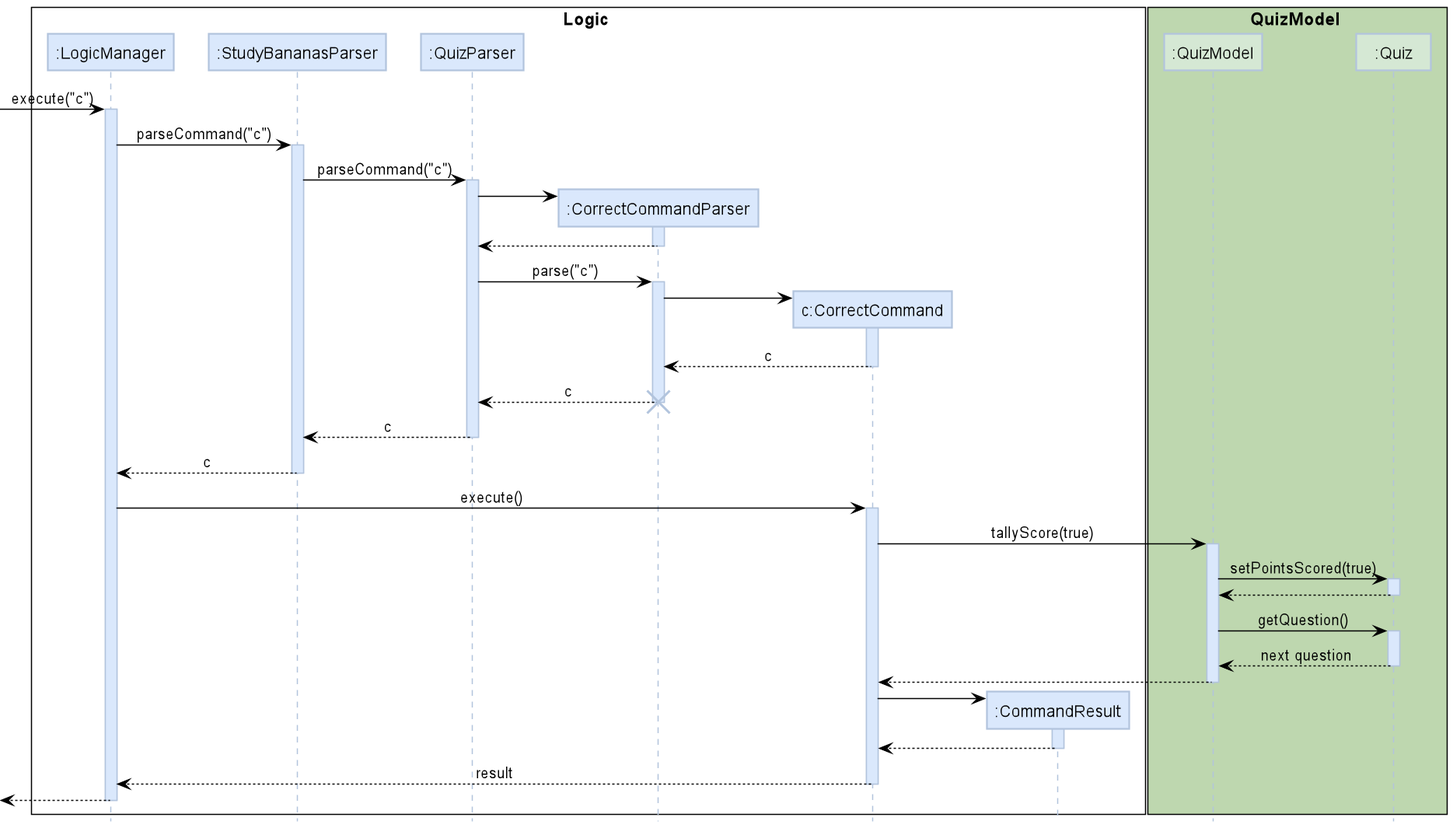
Above: docs/images/CorrectCommandSequenceDiagram.png in petrickjerico/tp (PlantUML), before the change.
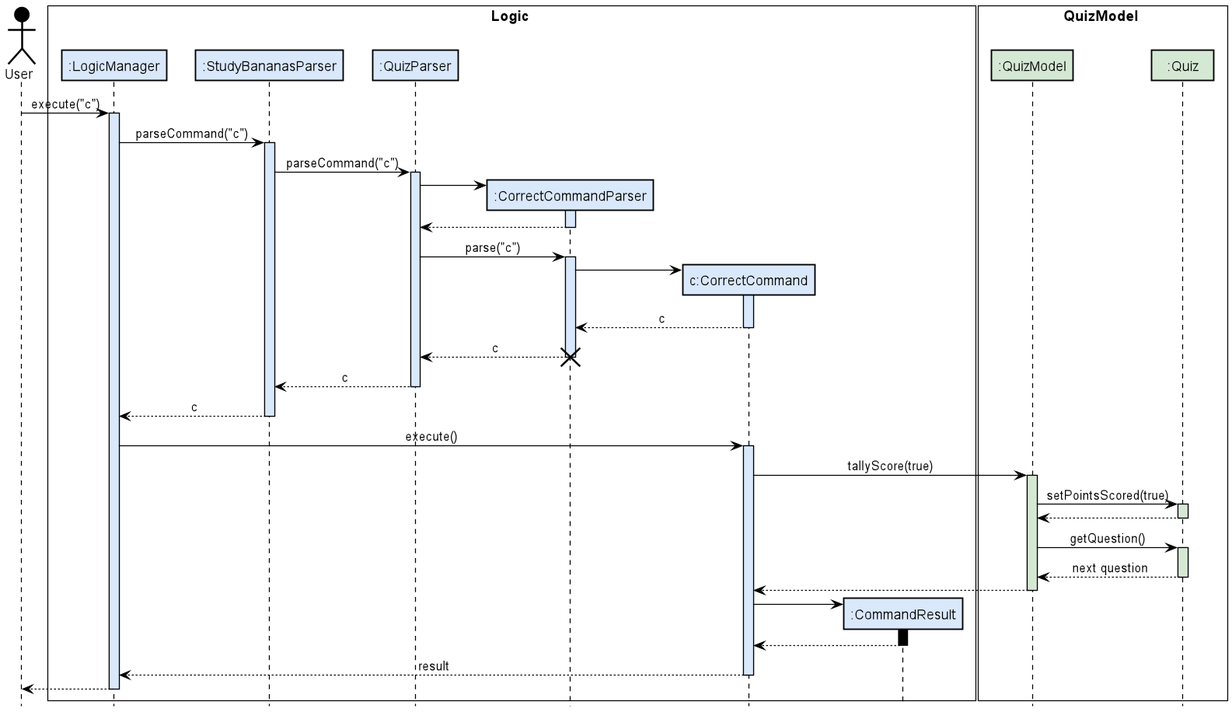
The same file after the commit.

Change to the diagram source:
```diff
@@ -1,14 +1,17 @@
 @startuml
 !include style.puml
 
-skinparam participantBorderColor LOGIC_COLOR_T1
 skinparam sequence {
+participantBorderColor #000000
 ArrowColor #000000
-ActorBorderColor LOGIC_COLOR_T1
-LifeLineBorderColor LOGIC_COLOR_T1
-LifeLineBackgroundColor LOGIC_COLOR
+ActorBorderColor #000000
+LifeLineBorderColor #000000
+LifeLineBackgroundColor #000000
 }
+
 skinparam sequenceBoxBorderColor #black
+
+Actor User as user USER_COLOR
 
 box Logic #FFFFFF
 participant ":LogicManager" as LogicManager LOGIC_COLOR
@@ -19,33 +22,33 @@
 participant ":CommandResult" as CommandResult LOGIC_COLOR
 end box
 
-box QuizModel MODEL_COLOR_T1
+box QuizModel #FFFFFF
 participant ":QuizModel" as QuizModel MODEL_COLOR
 participant ":Quiz" as Quiz MODEL_COLOR
 end box
 
-[-> LogicManager : execute("c")
-activate LogicManager
+user -> LogicManager : execute("c")
+activate LogicManager LOGIC_COLOR
 
 LogicManager -> StudyBananasParser : parseCommand("c")
-activate StudyBananasParser
+activate StudyBananasParser LOGIC_COLOR
 
 StudyBananasParser -> QuizParser : parseCommand("c")
-activate QuizParser
+activate QuizParser LOGIC_COLOR
 
 create CorrectCommandParser
 QuizParser -> CorrectCommandParser
-activate CorrectCommandParser
+activate CorrectCommandParser LOGIC_COLOR
 
 CorrectCommandParser --> QuizParser
-deactivate CorrectCommandParser
+deactivate CorrectCommandParser LOGIC_COLOR
 
 QuizParser -> CorrectCommandParser : parse("c")
-activate CorrectCommandParser
+activate CorrectCommandParser LOGIC_COLOR
 
 create CorrectCommand
 CorrectCommandParser -> CorrectCommand
-activate CorrectCommand
+activate CorrectCommand LOGIC_COLOR
 
 CorrectCommand --> CorrectCommandParser : c
 deactivate CorrectCommand
@@ -61,19 +64,19 @@
 deactivate StudyBananasParser
 
 LogicManager -> CorrectCommand : execute()
-activate CorrectCommand
+activate CorrectCommand LOGIC_COLOR
 
 CorrectCommand -> QuizModel : tallyScore(true)
-activate QuizModel
+activate QuizModel MODEL_COLOR
 
 QuizModel -> Quiz : setPointsScored(true)
-activate Quiz
+activate Quiz MODEL_COLOR
 
 Quiz --> QuizModel
 deactivate Quiz
 
 QuizModel -> Quiz : getQuestion()
-activate Quiz
+activate Quiz MODEL_COLOR
 
 Quiz --> QuizModel : next question
 deactivate Quiz
@@ -91,6 +94,6 @@
 CorrectCommand --> LogicManager : result
 deactivate CorrectCommand
 
-[<--LogicManager
+user <--LogicManager
 deactivate LogicManager
 @enduml
```
